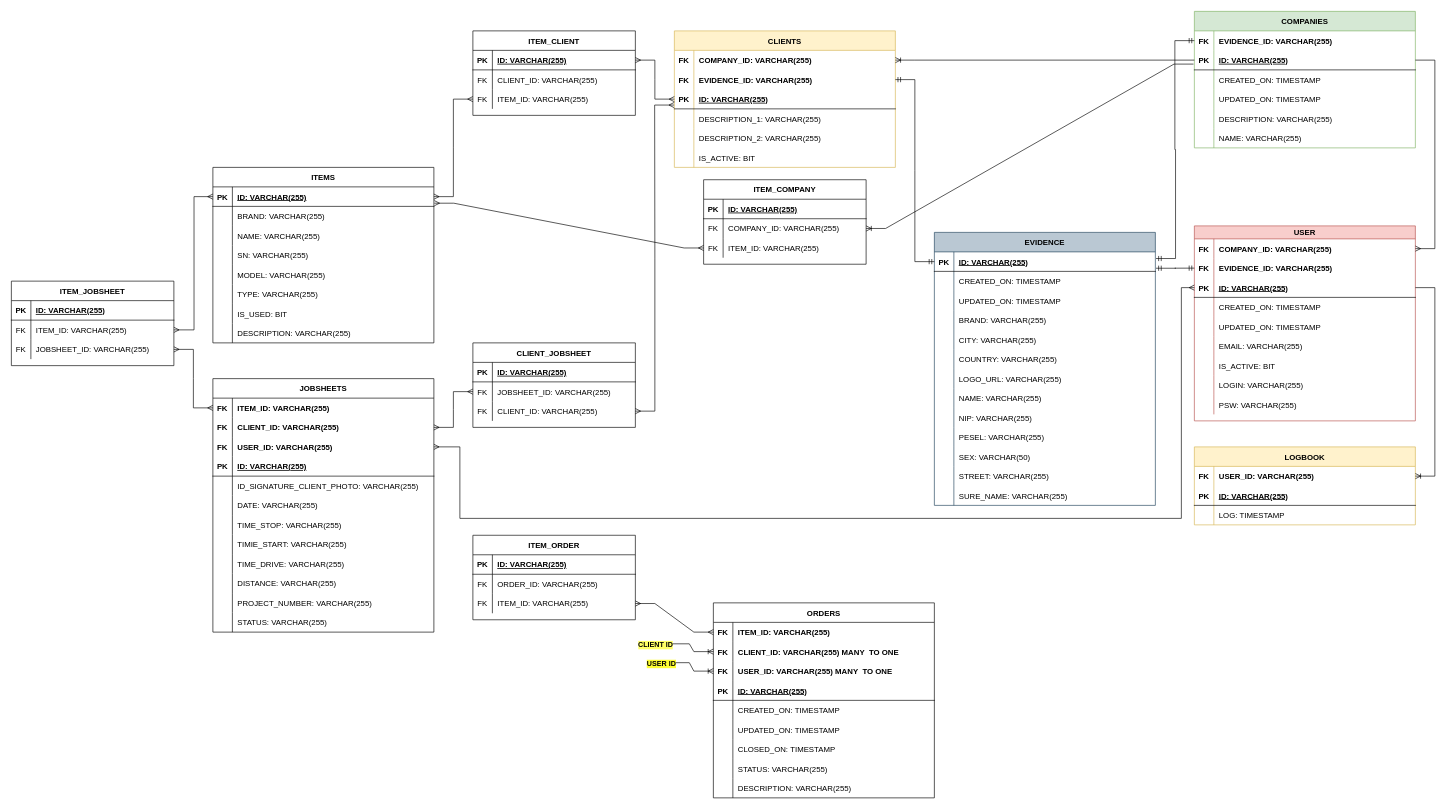
This is DemoApi.drawio from d38m0n/demo, a draw.io file, before an edit. Source tidied: cells renumbered, new cells numbered last; positions are measured from the earlier drawing's top-left corner, leaving out a move shared by most shapes. Both pictures are drawn from the tidied source at 65%, with x=0, y=0 at pixel (11, 11).
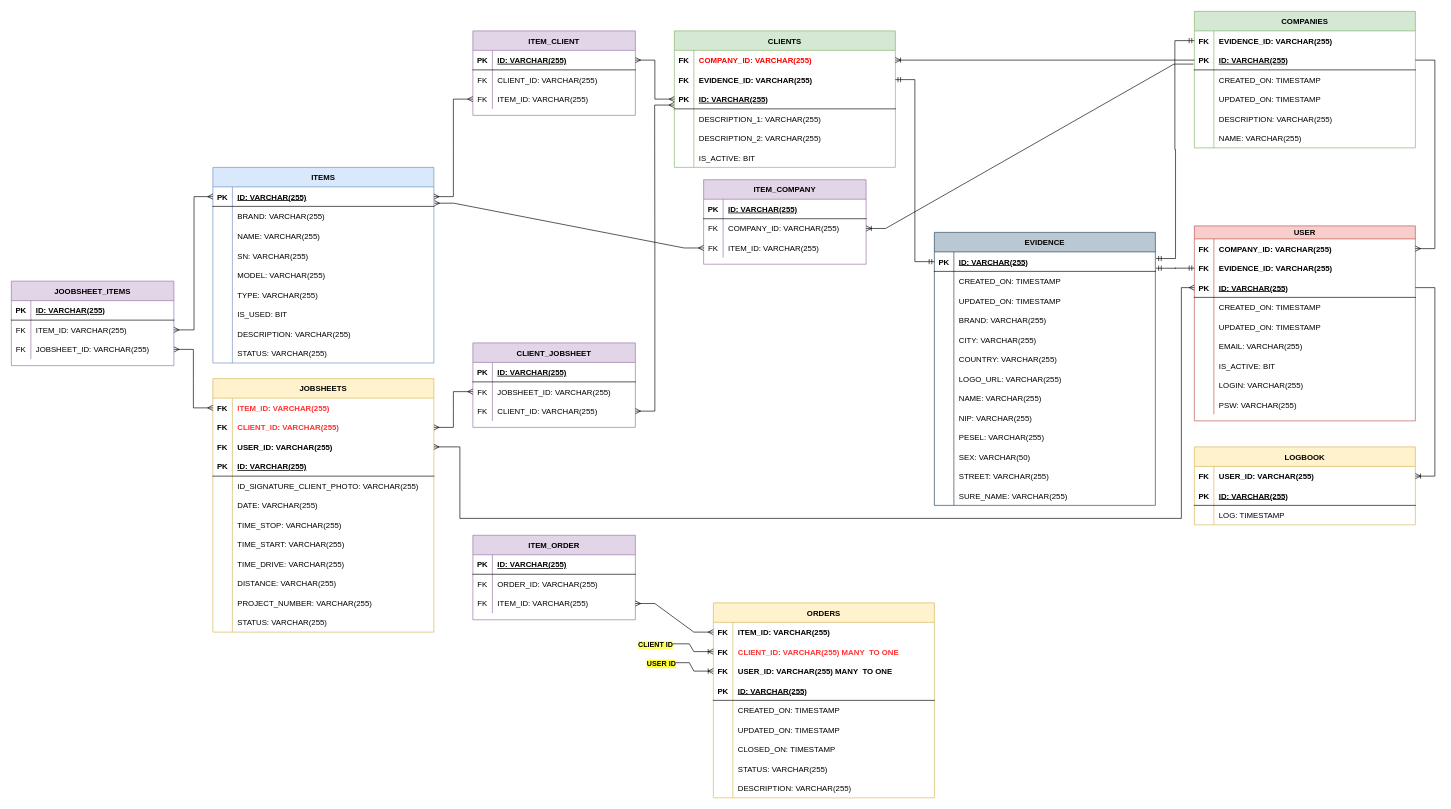
The same diagram, later.

The change refers to these unchanged cells:
```xml
<mxCell id="104" style="shape=tableRow;horizontal=0;startSize=0;swimlaneHead=0;swimlaneBody=0;fillColor=none;points=[[0,0.5],[1,0.5]];portConstraint=eastwest;top=0;left=0;right=0;bottom=0;" parent="103" vertex="1">
  <mxGeometry y="30" width="340" height="30" as="geometry" />
</mxCell>
<mxCell id="172" style="shape=tableRow;horizontal=0;startSize=0;swimlaneHead=0;swimlaneBody=0;fillColor=none;points=[[0,0.5],[1,0.5]];portConstraint=eastwest;top=0;left=0;right=0;bottom=0;fontStyle=0;" parent="171" vertex="1">
  <mxGeometry y="30" width="340" height="30" as="geometry" />
</mxCell>
<mxCell id="175" style="shape=tableRow;horizontal=0;startSize=0;swimlaneHead=0;swimlaneBody=0;fillColor=none;points=[[0,0.5],[1,0.5]];portConstraint=eastwest;top=0;left=0;right=0;bottom=0;fontStyle=1;" parent="171" vertex="1">
  <mxGeometry y="60" width="340" height="30" as="geometry" />
</mxCell>
<mxCell id="193" style="shape=tableRow;horizontal=0;startSize=0;swimlaneHead=0;swimlaneBody=0;fillColor=none;top=0;left=0;right=0;bottom=0;" parent="171" vertex="1">
  <mxGeometry y="240" width="340" height="30" as="geometry" />
</mxCell>
<mxCell id="229" style="shape=tableRow;horizontal=0;startSize=0;swimlaneHead=0;swimlaneBody=0;fillColor=none;top=0;left=0;right=0;bottom=0;fontStyle=1;" parent="225" vertex="1">
  <mxGeometry y="60" width="340" height="30" as="geometry" />
</mxCell>
```

Diff of the diagram source:
```diff
@@
-    <mxCell id="103" value="CLIENTS" style="shape=table;startSize=30;childLayout=tableLayout;rowLines=0;fontStyle=1;align=center;fillColor=#fff2cc;strokeColor=#d6b656;" parent="1" vertex="1">
+    <mxCell id="103" value="CLIENTS" style="shape=table;startSize=30;childLayout=tableLayout;rowLines=0;fontStyle=1;align=center;fillColor=#d5e8d4;strokeColor=#82b366;" parent="1" vertex="1">
       <mxGeometry x="1020" y="30" width="340" height="210" as="geometry" />
     </mxCell>
@@
-    <mxCell id="106" value="COMPANY_ID: VARCHAR(255)" style="shape=partialRectangle;fillColor=none;top=0;left=0;bottom=0;right=0;align=left;spacingLeft=6;overflow=hidden;fontStyle=1;" parent="104" vertex="1">
+    <mxCell id="106" value="COMPANY_ID: VARCHAR(255)" style="shape=partialRectangle;fillColor=none;top=0;left=0;bottom=0;right=0;align=left;spacingLeft=6;overflow=hidden;fontStyle=1;fontColor=#FF0000;" parent="104" vertex="1">
       <mxGeometry x="30" width="310" height="30" as="geometry" />
     </mxCell>
@@
-    <mxCell id="123" value="ITEMS" style="shape=table;startSize=30;childLayout=tableLayout;rowLines=0;fontStyle=1;align=center;" parent="1" vertex="1">
-      <mxGeometry x="310" y="240" width="340" height="270" as="geometry" />
+    <mxCell id="123" value="ITEMS" style="shape=table;startSize=30;childLayout=tableLayout;rowLines=0;fontStyle=1;align=center;fillColor=#dae8fc;strokeColor=#6c8ebf;" parent="1" vertex="1">
+      <mxGeometry x="310" y="240" width="340" height="301" as="geometry" />
     </mxCell>
@@
     <mxCell id="130" style="shape=tableRow;horizontal=0;startSize=0;swimlaneHead=0;swimlaneBody=0;fillColor=none;top=0;left=0;right=0;bottom=0;" parent="123" vertex="1">
-      <mxGeometry y="90" width="340" height="30" as="geometry" />
+      <mxGeometry y="90" width="340" height="31" as="geometry" />
     </mxCell>
     <mxCell id="131" style="shape=partialRectangle;fillColor=none;top=0;left=0;bottom=0;right=0;overflow=hidden;" parent="130" vertex="1">
-      <mxGeometry width="30" height="30" as="geometry" />
+      <mxGeometry width="30" height="31" as="geometry" />
     </mxCell>
     <mxCell id="132" value="NAME: VARCHAR(255)" style="shape=partialRectangle;fillColor=none;top=0;left=0;bottom=0;right=0;align=left;spacingLeft=6;overflow=hidden;" parent="130" vertex="1">
-      <mxGeometry x="30" width="310" height="30" as="geometry" />
+      <mxGeometry x="30" width="310" height="31" as="geometry" />
     </mxCell>
     <mxCell id="133" style="shape=tableRow;horizontal=0;startSize=0;swimlaneHead=0;swimlaneBody=0;fillColor=none;top=0;left=0;right=0;bottom=0;" parent="123" vertex="1">
-      <mxGeometry y="120" width="340" height="30" as="geometry" />
+      <mxGeometry y="121" width="340" height="30" as="geometry" />
     </mxCell>
@@
     <mxCell id="136" style="shape=tableRow;horizontal=0;startSize=0;swimlaneHead=0;swimlaneBody=0;fillColor=none;top=0;left=0;right=0;bottom=0;" parent="123" vertex="1">
-      <mxGeometry y="150" width="340" height="30" as="geometry" />
+      <mxGeometry y="151" width="340" height="30" as="geometry" />
     </mxCell>
@@
     <mxCell id="139" style="shape=tableRow;horizontal=0;startSize=0;swimlaneHead=0;swimlaneBody=0;fillColor=none;top=0;left=0;right=0;bottom=0;" parent="123" vertex="1">
-      <mxGeometry y="180" width="340" height="30" as="geometry" />
+      <mxGeometry y="181" width="340" height="30" as="geometry" />
     </mxCell>
@@
     <mxCell id="142" style="shape=tableRow;horizontal=0;startSize=0;swimlaneHead=0;swimlaneBody=0;fillColor=none;top=0;left=0;right=0;bottom=0;" parent="123" vertex="1">
-      <mxGeometry y="210" width="340" height="30" as="geometry" />
+      <mxGeometry y="211" width="340" height="30" as="geometry" />
     </mxCell>
@@
     <mxCell id="145" style="shape=tableRow;horizontal=0;startSize=0;swimlaneHead=0;swimlaneBody=0;fillColor=none;top=0;left=0;right=0;bottom=0;" parent="123" vertex="1">
-      <mxGeometry y="240" width="340" height="30" as="geometry" />
+      <mxGeometry y="241" width="340" height="30" as="geometry" />
     </mxCell>
@@
+    <mxCell id="278" style="shape=tableRow;horizontal=0;startSize=0;swimlaneHead=0;swimlaneBody=0;fillColor=none;top=0;left=0;right=0;bottom=0;" parent="123" vertex="1">
+      <mxGeometry y="271" width="340" height="30" as="geometry" />
+    </mxCell>
+    <mxCell id="279" style="shape=partialRectangle;fillColor=none;top=0;left=0;bottom=0;right=0;overflow=hidden;" parent="278" vertex="1">
+      <mxGeometry width="30" height="30" as="geometry" />
+    </mxCell>
+    <mxCell id="280" value="STATUS: VARCHAR(255)" style="shape=partialRectangle;fillColor=none;top=0;left=0;bottom=0;right=0;align=left;spacingLeft=6;overflow=hidden;" parent="278" vertex="1">
+      <mxGeometry x="30" width="310" height="30" as="geometry" />
+    </mxCell>
-    <mxCell id="148" value="ITEM_CLIENT" style="shape=table;startSize=30;childLayout=tableLayout;rowLines=0;fontStyle=1;align=center;" parent="1" vertex="1">
+    <mxCell id="148" value="ITEM_CLIENT" style="shape=table;startSize=30;childLayout=tableLayout;rowLines=0;fontStyle=1;align=center;fillColor=#e1d5e7;strokeColor=#9673a6;" parent="1" vertex="1">
       <mxGeometry x="710" y="30" width="250" height="130" as="geometry" />
     </mxCell>
@@
-    <mxCell id="160" value="ITEM_COMPANY" style="shape=table;startSize=30;childLayout=tableLayout;rowLines=0;fontStyle=1;align=center;" parent="1" vertex="1">
+    <mxCell id="160" value="ITEM_COMPANY" style="shape=table;startSize=30;childLayout=tableLayout;rowLines=0;fontStyle=1;align=center;fillColor=#e1d5e7;strokeColor=#9673a6;" parent="1" vertex="1">
       <mxGeometry x="1065" y="259" width="250" height="130" as="geometry" />
     </mxCell>
@@
-    <mxCell id="171" value="JOBSHEETS" style="shape=table;startSize=30;childLayout=tableLayout;rowLines=0;fontStyle=1;align=center;" parent="1" vertex="1">
+    <mxCell id="171" value="JOBSHEETS" style="shape=table;startSize=30;childLayout=tableLayout;rowLines=0;fontStyle=1;align=center;fillColor=#fff2cc;strokeColor=#d6b656;" parent="1" vertex="1">
       <mxGeometry x="310" y="565" width="340" height="390" as="geometry" />
     </mxCell>
@@
-    <mxCell id="174" value="ITEM_ID: VARCHAR(255)" style="shape=partialRectangle;fillColor=none;top=0;left=0;bottom=0;right=0;align=left;spacingLeft=6;overflow=hidden;fontStyle=1;" parent="172" vertex="1">
+    <mxCell id="174" value="ITEM_ID: VARCHAR(255)" style="shape=partialRectangle;fillColor=none;top=0;left=0;bottom=0;right=0;align=left;spacingLeft=6;overflow=hidden;fontStyle=1;fontColor=#FF3333;" parent="172" vertex="1">
       <mxGeometry x="30" width="310" height="30" as="geometry" />
     </mxCell>
@@
-    <mxCell id="177" value="CLIENT_ID: VARCHAR(255)" style="shape=partialRectangle;fillColor=none;top=0;left=0;bottom=0;right=0;align=left;spacingLeft=6;overflow=hidden;fontStyle=1;" parent="175" vertex="1">
+    <mxCell id="177" value="CLIENT_ID: VARCHAR(255)" style="shape=partialRectangle;fillColor=none;top=0;left=0;bottom=0;right=0;align=left;spacingLeft=6;overflow=hidden;fontStyle=1;fontColor=#FF3333;" parent="175" vertex="1">
       <mxGeometry x="30" width="310" height="30" as="geometry" />
     </mxCell>
@@
-    <mxCell id="195" value="TIMIE_START: VARCHAR(255)" style="shape=partialRectangle;fillColor=none;top=0;left=0;bottom=0;right=0;align=left;spacingLeft=6;overflow=hidden;" parent="193" vertex="1">
+    <mxCell id="195" value="TIME_START: VARCHAR(255)" style="shape=partialRectangle;fillColor=none;top=0;left=0;bottom=0;right=0;align=left;spacingLeft=6;overflow=hidden;" parent="193" vertex="1">
       <mxGeometry x="30" width="310" height="30" as="geometry" />
     </mxCell>
@@
-    <mxCell id="210" value="CLIENT_JOBSHEET" style="shape=table;startSize=30;childLayout=tableLayout;rowLines=0;fontStyle=1;align=center;" parent="1" vertex="1">
+    <mxCell id="210" value="CLIENT_JOBSHEET" style="shape=table;startSize=30;childLayout=tableLayout;rowLines=0;fontStyle=1;align=center;fillColor=#e1d5e7;strokeColor=#9673a6;" parent="1" vertex="1">
       <mxGeometry x="710" y="510" width="250" height="130" as="geometry" />
     </mxCell>
@@
-    <mxCell id="225" value="ORDERS" style="shape=table;startSize=30;childLayout=tableLayout;rowLines=0;fontStyle=1;align=center;" parent="1" vertex="1">
+    <mxCell id="225" value="ORDERS" style="shape=table;startSize=30;childLayout=tableLayout;rowLines=0;fontStyle=1;align=center;fillColor=#fff2cc;strokeColor=#d6b656;" parent="1" vertex="1">
       <mxGeometry x="1080" y="910" width="340" height="300" as="geometry" />
     </mxCell>
@@
-    <mxCell id="231" value="CLIENT_ID: VARCHAR(255) MANY  TO ONE" style="shape=partialRectangle;fillColor=none;top=0;left=0;bottom=0;right=0;align=left;spacingLeft=6;overflow=hidden;fontStyle=1;" parent="229" vertex="1">
+    <mxCell id="231" value="CLIENT_ID: VARCHAR(255) MANY  TO ONE" style="shape=partialRectangle;fillColor=none;top=0;left=0;bottom=0;right=0;align=left;spacingLeft=6;overflow=hidden;fontStyle=1;fontColor=#FF3333;" parent="229" vertex="1">
       <mxGeometry x="30" width="310" height="30" as="geometry" />
     </mxCell>
@@
-    <mxCell id="253" value="ITEM_ORDER" style="shape=table;startSize=30;childLayout=tableLayout;rowLines=0;fontStyle=1;align=center;" parent="1" vertex="1">
+    <mxCell id="253" value="ITEM_ORDER" style="shape=table;startSize=30;childLayout=tableLayout;rowLines=0;fontStyle=1;align=center;fillColor=#e1d5e7;strokeColor=#9673a6;" parent="1" vertex="1">
       <mxGeometry x="710" y="806" width="250" height="130" as="geometry" />
     </mxCell>
@@
-    <mxCell id="264" value="ITEM_JOBSHEET" style="shape=table;startSize=30;childLayout=tableLayout;rowLines=0;fontStyle=1;align=center;" parent="1" vertex="1">
+    <mxCell id="264" value="JOOBSHEET_ITEMS" style="shape=table;startSize=30;childLayout=tableLayout;rowLines=0;fontStyle=1;align=center;fillColor=#e1d5e7;strokeColor=#9673a6;" parent="1" vertex="1">
       <mxGeometry y="415" width="250" height="130" as="geometry" />
     </mxCell>
```
